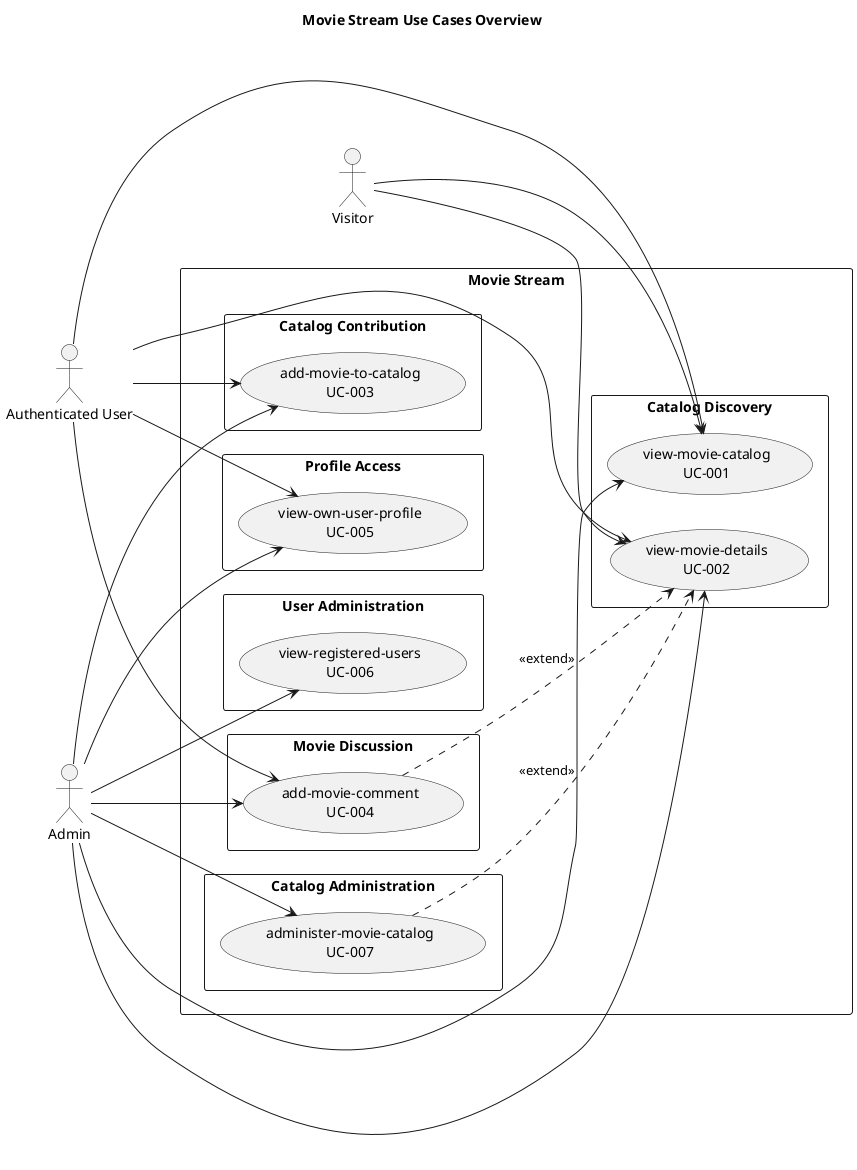
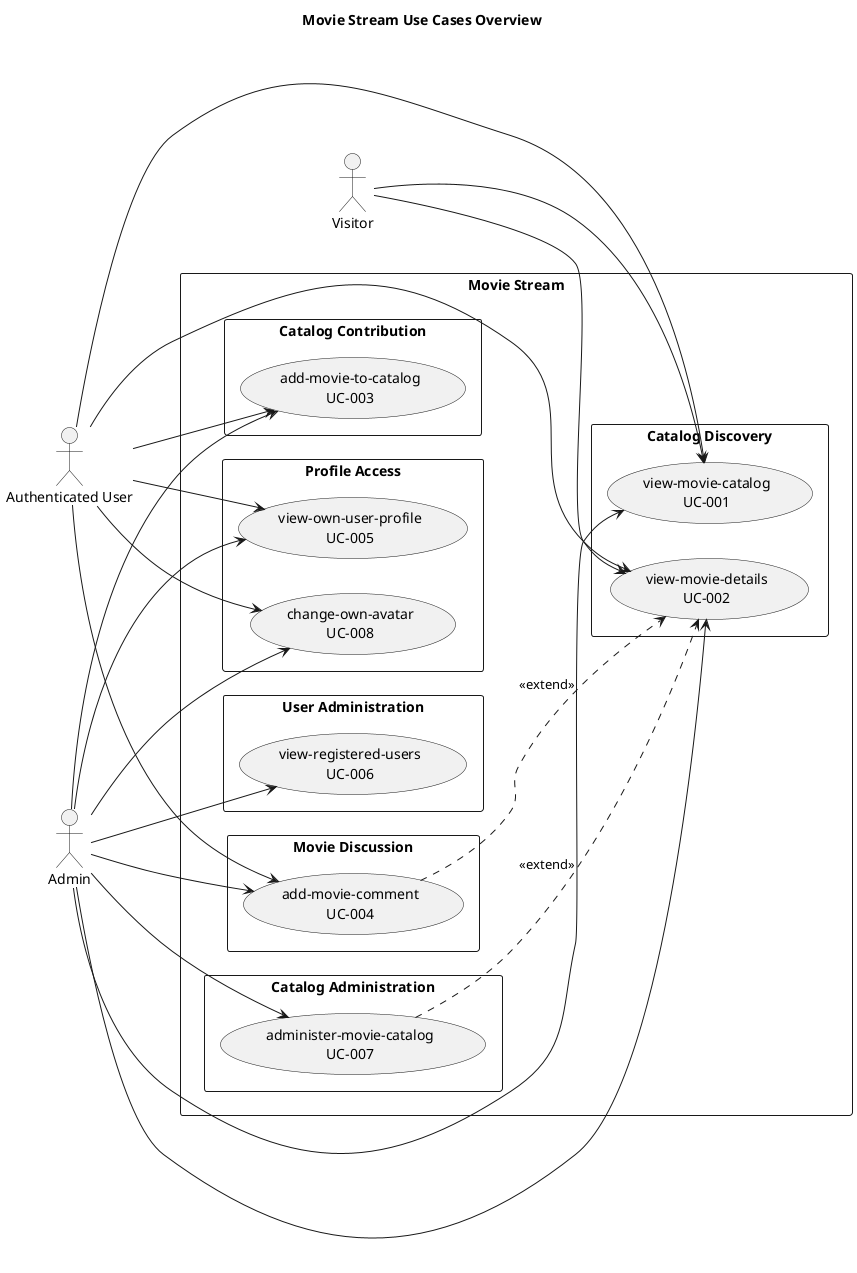
@startuml
title Movie Stream Use Cases Overview
left to right direction
skinparam packageStyle rectangle

actor "Visitor" as visitor
actor "Authenticated User" as user
actor "Admin" as admin

rectangle "Movie Stream" {

    package "Catalog Discovery" {
        usecase "view-movie-catalog\nUC-001" as UC001
        usecase "view-movie-details\nUC-002" as UC002
    }

    package "Catalog Contribution" {
        usecase "add-movie-to-catalog\nUC-003" as UC003
    }

    package "Movie Discussion" {
        usecase "add-movie-comment\nUC-004" as UC004
    }

    package "Profile Access" {
        usecase "view-own-user-profile\nUC-005" as UC005
+         usecase "change-own-avatar\nUC-008" as UC008
    }

    package "User Administration" {
        usecase "view-registered-users\nUC-006" as UC006
    }

    package "Catalog Administration" {
        usecase "administer-movie-catalog\nUC-007" as UC007
    }
}

visitor --> UC001
visitor --> UC002

user --> UC001
user --> UC002
user --> UC003
user --> UC004
user --> UC005
+ user --> UC008

admin --> UC001
admin --> UC002
admin --> UC003
admin --> UC004
admin --> UC005
+ admin --> UC008
admin --> UC006
admin --> UC007

UC004 ..> UC002 : <<extend>>
UC007 ..> UC002 : <<extend>>

@enduml
